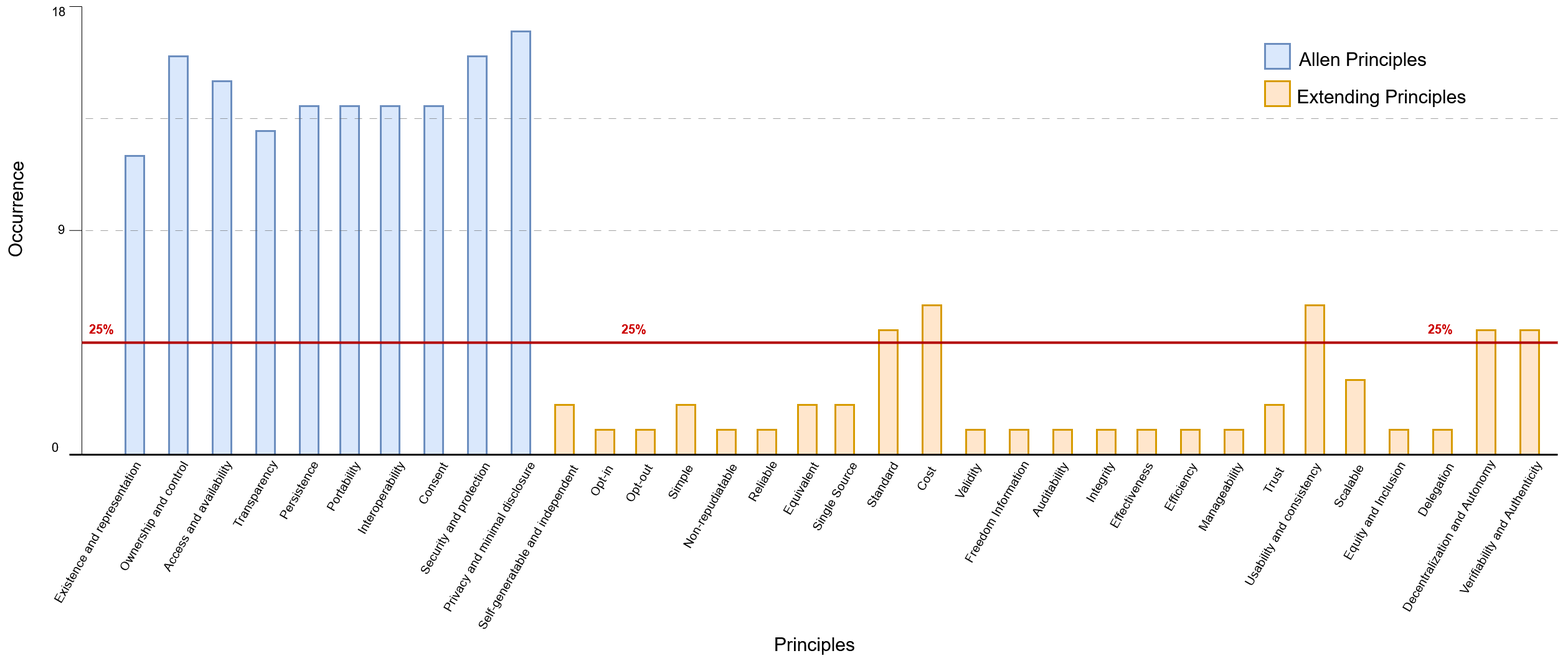
Earlier version of the draw.io export definition/images/principles_selection/Principles_selection.png (cristianlepore/Self-Sovereign-Identity). Source tidied: cells renumbered, new cells last; positions are measured from the earlier drawing's top-left corner, leaving out a move shared by most shapes.
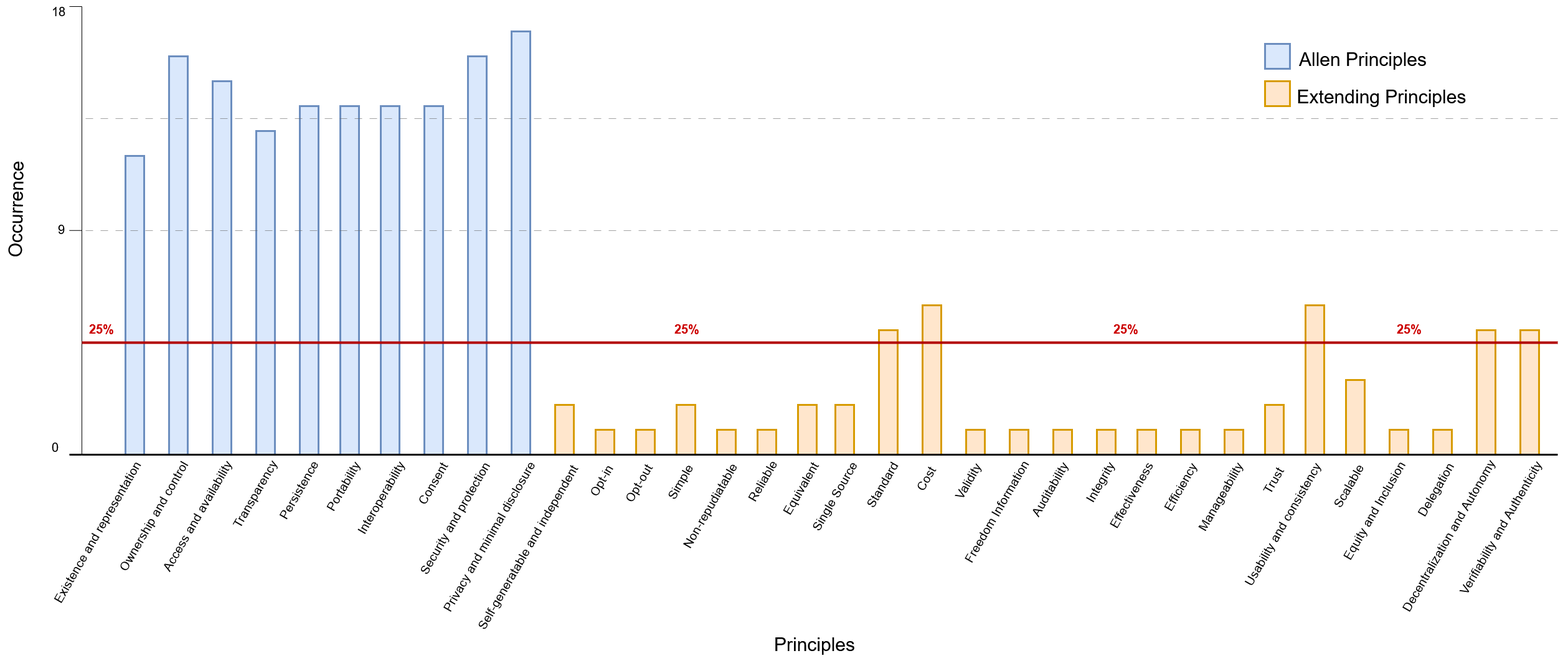
After the change.

What changed in the source:
```diff
@@ -162,7 +162,7 @@
       <mxGeometry x="145" width="45" height="40" as="geometry" />
     </mxCell>
     <mxCell id="51" value="&lt;b&gt;&lt;font style=&quot;font-size: 20px; color: rgb(204, 0, 0);&quot;&gt;25%&lt;/font&gt;&lt;/b&gt;" style="text;whiteSpace=wrap;html=1;rotation=0;" parent="1" vertex="1">
-      <mxGeometry x="1060" y="510" width="60" height="40" as="geometry" />
+      <mxGeometry x="1145" y="510" width="60" height="40" as="geometry" />
     </mxCell>
     <mxCell id="52" style="rounded=0;whiteSpace=wrap;html=1;fillColor=#dae8fc;strokeColor=#6c8ebf;strokeWidth=3;" parent="1" vertex="1">
       <mxGeometry x="885" y="50" width="30" height="680" as="geometry" />
@@ -285,10 +285,13 @@
       <mxGeometry x="1305" y="1010" width="190" height="60" as="geometry" />
     </mxCell>
     <mxCell id="88" value="&lt;b&gt;&lt;font style=&quot;font-size: 20px; color: rgb(204, 0, 0);&quot;&gt;25%&lt;/font&gt;&lt;/b&gt;" style="text;whiteSpace=wrap;html=1;rotation=0;" parent="1" vertex="1">
-      <mxGeometry x="2355" y="510" width="60" height="40" as="geometry" />
+      <mxGeometry x="2305" y="510" width="60" height="40" as="geometry" />
     </mxCell>
     <mxCell id="89" value="&lt;b&gt;&lt;font style=&quot;font-size: 20px; color: rgb(204, 0, 0);&quot;&gt;25%&lt;/font&gt;&lt;/b&gt;" style="text;whiteSpace=wrap;html=1;rotation=0;" parent="1" vertex="1">
       <mxGeometry x="205" y="510" width="60" height="40" as="geometry" />
     </mxCell>
+    <mxCell id="90" value="&lt;b&gt;&lt;font style=&quot;font-size: 20px; color: rgb(204, 0, 0);&quot;&gt;25%&lt;/font&gt;&lt;/b&gt;" style="text;whiteSpace=wrap;html=1;rotation=0;" parent="1" vertex="1">
+      <mxGeometry x="1850" y="510" width="60" height="40" as="geometry" />
+    </mxCell>
   </root>
 </mxGraphModel>
```
